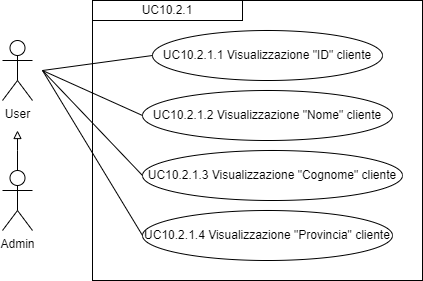
Above: imgs/Uml/UC10.2.1app.png in ShameIRL/farmacode (draw.io), before the change. Source tidied: cells renumbered, new cells last; positions are measured from the earlier drawing's top-left corner, leaving out a move shared by most shapes. The source it was exported from:
```xml
<mxGraphModel>
  <root>
    <mxCell id="0" />
    <mxCell id="1" parent="0" />
    <mxCell id="2" style="edgeStyle=orthogonalEdgeStyle;rounded=0;jettySize=auto;html=1;strokeColor=#000000;endArrow=block;endFill=0;" parent="1" edge="1" source="3">
      <mxGeometry relative="1" as="geometry">
        <mxPoint x="15" y="130" as="targetPoint" />
        <Array as="points">
          <mxPoint x="15" y="150" />
          <mxPoint x="15" y="150" />
        </Array>
      </mxGeometry>
    </mxCell>
    <mxCell id="3" value="Admin" style="shape=umlActor;verticalLabelPosition=bottom;verticalAlign=top;html=1;outlineConnect=0;" parent="1" vertex="1">
      <mxGeometry y="170" width="30" height="60" as="geometry" />
    </mxCell>
    <mxCell id="4" value="User" style="shape=umlActor;verticalLabelPosition=bottom;verticalAlign=top;html=1;" parent="1" vertex="1">
      <mxGeometry y="40" width="30" height="60" as="geometry" />
    </mxCell>
    <mxCell id="5" style="rounded=0;whiteSpace=wrap;html=1;fillColor=none;" parent="1" vertex="1">
      <mxGeometry x="90" width="330" height="280" as="geometry" />
    </mxCell>
    <mxCell id="6" value="&lt;div style=&quot;&quot;&gt;UC10.2.1&lt;/div&gt;" style="rounded=0;whiteSpace=wrap;html=1;fillColor=none;align=center;" parent="1" vertex="1">
      <mxGeometry x="90" width="150" height="20" as="geometry" />
    </mxCell>
    <mxCell id="7" value="UC10.2.1.1 Visualizzazione &quot;ID&quot; cliente" style="ellipse;whiteSpace=wrap;html=1;" parent="1" vertex="1">
      <mxGeometry x="150" y="30" width="230" height="50" as="geometry" />
    </mxCell>
    <mxCell id="8" style="endArrow=none;html=1;rounded=0;entryX=0;entryY=0.5;entryDx=0;entryDy=0;" parent="1" edge="1" target="7">
      <mxGeometry relative="1" as="geometry">
        <mxPoint x="40" y="70" as="sourcePoint" />
      </mxGeometry>
    </mxCell>
    <mxCell id="9" value="UC10.2.1.2 Visualizzazione &quot;Nome&quot; cliente" style="ellipse;whiteSpace=wrap;html=1;" parent="1" vertex="1">
      <mxGeometry x="140" y="90" width="250" height="50" as="geometry" />
    </mxCell>
    <mxCell id="10" value="UC10.2.1.3 Visualizzazione &quot;Cognome&quot; cliente" style="ellipse;whiteSpace=wrap;html=1;" parent="1" vertex="1">
      <mxGeometry x="140" y="150" width="260" height="50" as="geometry" />
    </mxCell>
    <mxCell id="11" style="endArrow=none;html=1;rounded=0;entryX=0;entryY=0.5;entryDx=0;entryDy=0;" parent="1" edge="1" target="9">
      <mxGeometry relative="1" as="geometry">
        <mxPoint x="40" y="70" as="sourcePoint" />
      </mxGeometry>
    </mxCell>
    <mxCell id="12" style="endArrow=none;html=1;rounded=0;entryX=0;entryY=0.5;entryDx=0;entryDy=0;" parent="1" edge="1" target="10">
      <mxGeometry relative="1" as="geometry">
        <mxPoint x="40" y="70" as="sourcePoint" />
      </mxGeometry>
    </mxCell>
    <mxCell id="13" value="UC10.2.1.4 Visualizzazione &quot;Provincia&quot; cliente" style="ellipse;whiteSpace=wrap;html=1;" parent="1" vertex="1">
      <mxGeometry x="140" y="210" width="250" height="50" as="geometry" />
    </mxCell>
    <mxCell id="14" style="endArrow=none;html=1;rounded=0;entryX=0;entryY=0.5;entryDx=0;entryDy=0;" parent="1" edge="1" target="13">
      <mxGeometry relative="1" as="geometry">
        <mxPoint x="40" y="70" as="sourcePoint" />
      </mxGeometry>
    </mxCell>
  </root>
</mxGraphModel>
```
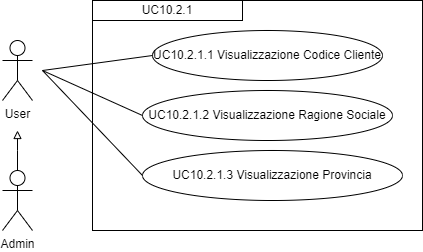
After the change.

The edit, as a diff of the source:
```diff
@@ -18,12 +18,12 @@
       <mxGeometry y="40" width="30" height="60" as="geometry" />
     </mxCell>
     <mxCell id="5" style="rounded=0;whiteSpace=wrap;html=1;fillColor=none;" parent="1" vertex="1">
-      <mxGeometry x="90" width="330" height="280" as="geometry" />
+      <mxGeometry x="90" width="330" height="230" as="geometry" />
     </mxCell>
     <mxCell id="6" value="&lt;div style=&quot;&quot;&gt;UC10.2.1&lt;/div&gt;" style="rounded=0;whiteSpace=wrap;html=1;fillColor=none;align=center;" parent="1" vertex="1">
       <mxGeometry x="90" width="150" height="20" as="geometry" />
     </mxCell>
-    <mxCell id="7" value="UC10.2.1.1 Visualizzazione &quot;ID&quot; cliente" style="ellipse;whiteSpace=wrap;html=1;" parent="1" vertex="1">
+    <mxCell id="7" value="UC10.2.1.1 Visualizzazione Codice Cliente" style="ellipse;whiteSpace=wrap;html=1;" parent="1" vertex="1">
       <mxGeometry x="150" y="30" width="230" height="50" as="geometry" />
     </mxCell>
     <mxCell id="8" style="endArrow=none;html=1;rounded=0;entryX=0;entryY=0.5;entryDx=0;entryDy=0;" parent="1" edge="1" target="7">
@@ -31,10 +31,10 @@
         <mxPoint x="40" y="70" as="sourcePoint" />
       </mxGeometry>
     </mxCell>
-    <mxCell id="9" value="UC10.2.1.2 Visualizzazione &quot;Nome&quot; cliente" style="ellipse;whiteSpace=wrap;html=1;" parent="1" vertex="1">
+    <mxCell id="9" value="UC10.2.1.2 Visualizzazione Ragione Sociale" style="ellipse;whiteSpace=wrap;html=1;" parent="1" vertex="1">
       <mxGeometry x="140" y="90" width="250" height="50" as="geometry" />
     </mxCell>
-    <mxCell id="10" value="UC10.2.1.3 Visualizzazione &quot;Cognome&quot; cliente" style="ellipse;whiteSpace=wrap;html=1;" parent="1" vertex="1">
+    <mxCell id="10" value="UC10.2.1.3 Visualizzazione Provincia" style="ellipse;whiteSpace=wrap;html=1;" parent="1" vertex="1">
       <mxGeometry x="140" y="150" width="260" height="50" as="geometry" />
     </mxCell>
     <mxCell id="11" style="endArrow=none;html=1;rounded=0;entryX=0;entryY=0.5;entryDx=0;entryDy=0;" parent="1" edge="1" target="9">
@@ -47,13 +47,5 @@
         <mxPoint x="40" y="70" as="sourcePoint" />
       </mxGeometry>
     </mxCell>
-    <mxCell id="13" value="UC10.2.1.4 Visualizzazione &quot;Provincia&quot; cliente" style="ellipse;whiteSpace=wrap;html=1;" parent="1" vertex="1">
-      <mxGeometry x="140" y="210" width="250" height="50" as="geometry" />
-    </mxCell>
-    <mxCell id="14" style="endArrow=none;html=1;rounded=0;entryX=0;entryY=0.5;entryDx=0;entryDy=0;" parent="1" edge="1" target="13">
-      <mxGeometry relative="1" as="geometry">
-        <mxPoint x="40" y="70" as="sourcePoint" />
-      </mxGeometry>
-    </mxCell>
   </root>
 </mxGraphModel>
```
